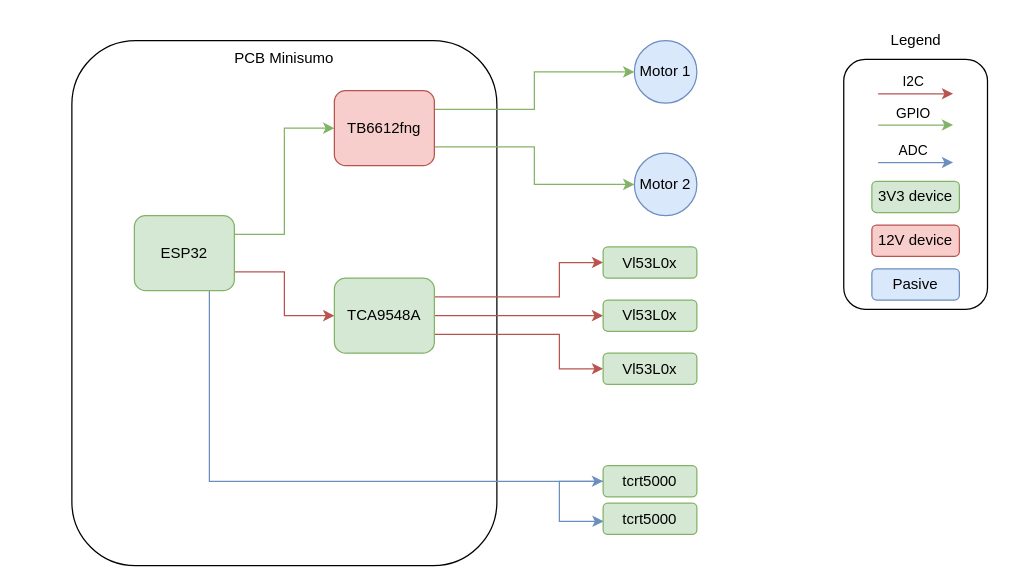
This is Imagenes/Esquema_HW.drawio from LaboratorioGluon/MiniSumoDeNaranja, a draw.io file, before an edit. Source tidied: cells renumbered, new cells numbered last; positions are measured from the earlier drawing's top-left corner, leaving out a move shared by most shapes. Both pictures are drawn from the tidied source at 125%, with x=0, y=0 at pixel (71, 21).
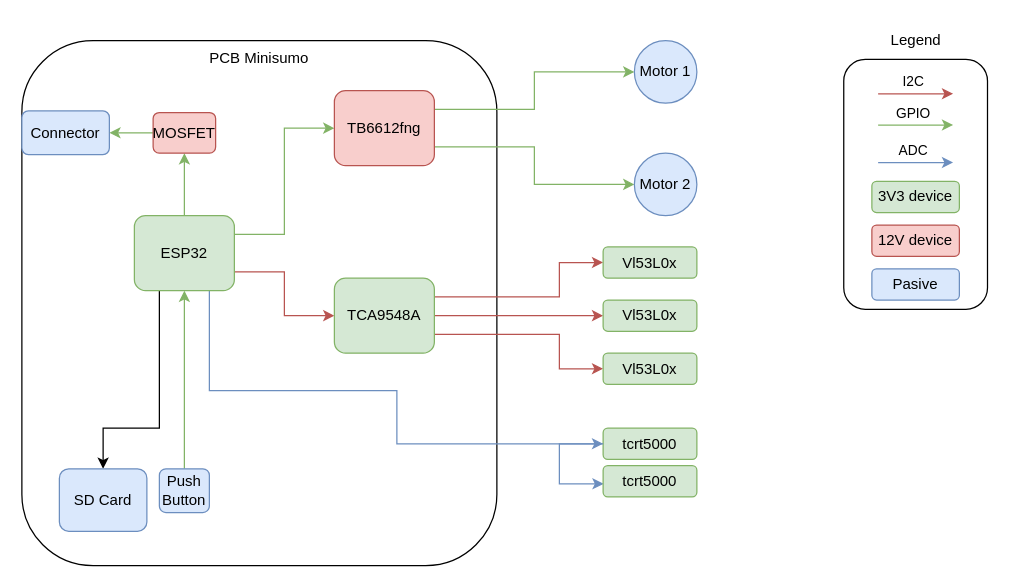
After the change.

The change refers to these unchanged cells:
```xml
<mxCell id="7" value="ESP32" style="rounded=1;whiteSpace=wrap;html=1;fillColor=#d5e8d4;strokeColor=#82b366;" parent="1" vertex="1">
  <mxGeometry x="50" y="155" width="80" height="60" as="geometry" />
</mxCell>
```

Diff of the diagram source:
```diff
@@
     <mxCell id="3" value="PCB Minisumo" style="rounded=1;whiteSpace=wrap;html=1;align=center;verticalAlign=top;" parent="1" vertex="1">
-      <mxGeometry y="15" width="340" height="420" as="geometry" />
+      <mxGeometry x="-40" y="15" width="380" height="420" as="geometry" />
     </mxCell>
@@
     <mxCell id="6" style="edgeStyle=orthogonalEdgeStyle;rounded=0;jettySize=auto;html=1;exitX=0.75;exitY=1;exitDx=0;exitDy=0;entryX=0;entryY=0.5;entryDx=0;entryDy=0;fillColor=#dae8fc;strokeColor=#6c8ebf;" parent="1" edge="1" source="7" target="30">
-      <mxGeometry relative="1" as="geometry" />
+      <mxGeometry relative="1" as="geometry">
+        <Array as="points">
+          <mxPoint x="110" y="295" />
+          <mxPoint x="260" y="295" />
+          <mxPoint x="260" y="338" />
+        </Array>
+      </mxGeometry>
     </mxCell>
+    <mxCell id="33" style="edgeStyle=orthogonalEdgeStyle;rounded=0;jettySize=auto;html=1;exitX=0.25;exitY=1;exitDx=0;exitDy=0;entryX=0.5;entryY=0;entryDx=0;entryDy=0;" parent="1" edge="1" source="7" target="37">
+      <mxGeometry relative="1" as="geometry">
+        <Array as="points">
+          <mxPoint x="70" y="325" />
+          <mxPoint x="25" y="325" />
+        </Array>
+      </mxGeometry>
+    </mxCell>
+    <mxCell id="34" style="edgeStyle=orthogonalEdgeStyle;rounded=0;jettySize=auto;html=1;exitX=0.5;exitY=0;exitDx=0;exitDy=0;entryX=0.5;entryY=1;entryDx=0;entryDy=0;fillColor=#d5e8d4;strokeColor=#82b366;" parent="1" edge="1" source="7" target="40">
+      <mxGeometry relative="1" as="geometry" />
+    </mxCell>
@@
     <mxCell id="30" value="tcrt5000" style="rounded=1;whiteSpace=wrap;html=1;fillColor=#d5e8d4;strokeColor=#82b366;" parent="1" vertex="1">
-      <mxGeometry x="425" y="355" width="75" height="25" as="geometry" />
+      <mxGeometry x="425" y="325" width="75" height="25" as="geometry" />
     </mxCell>
     <mxCell id="31" style="edgeStyle=orthogonalEdgeStyle;rounded=0;jettySize=auto;html=1;exitX=0;exitY=0.5;exitDx=0;exitDy=0;entryX=0.005;entryY=0.583;entryDx=0;entryDy=0;entryPerimeter=0;fillColor=#dae8fc;strokeColor=#6c8ebf;" parent="1" edge="1" source="30" target="32">
       <mxGeometry relative="1" as="geometry">
         <Array as="points">
-          <mxPoint x="390" y="368" />
-          <mxPoint x="390" y="399" />
-          <mxPoint x="425" y="399" />
+          <mxPoint x="390" y="338" />
+          <mxPoint x="390" y="369" />
+          <mxPoint x="425" y="369" />
         </Array>
       </mxGeometry>
     </mxCell>
     <mxCell id="32" value="tcrt5000" style="rounded=1;whiteSpace=wrap;html=1;fillColor=#d5e8d4;strokeColor=#82b366;" parent="1" vertex="1">
-      <mxGeometry x="425" y="385" width="75" height="25" as="geometry" />
+      <mxGeometry x="425" y="355" width="75" height="25" as="geometry" />
     </mxCell>
+    <mxCell id="35" style="edgeStyle=orthogonalEdgeStyle;rounded=0;jettySize=auto;html=1;exitX=0.5;exitY=0;exitDx=0;exitDy=0;entryX=0.5;entryY=1;entryDx=0;entryDy=0;fillColor=#d5e8d4;strokeColor=#82b366;" parent="1" edge="1" source="36" target="7">
+      <mxGeometry relative="1" as="geometry" />
+    </mxCell>
+    <mxCell id="36" value="Push&lt;br&gt;Button" style="rounded=1;whiteSpace=wrap;html=1;fillColor=#dae8fc;strokeColor=#6c8ebf;" parent="1" vertex="1">
+      <mxGeometry x="70" y="357.5" width="40" height="35" as="geometry" />
+    </mxCell>
+    <mxCell id="37" value="SD Card" style="rounded=1;whiteSpace=wrap;html=1;fillColor=#dae8fc;strokeColor=#6c8ebf;" parent="1" vertex="1">
+      <mxGeometry x="-10" y="357.5" width="70" height="50" as="geometry" />
+    </mxCell>
+    <mxCell id="38" value="Connector" style="rounded=1;whiteSpace=wrap;html=1;fillColor=#dae8fc;strokeColor=#6c8ebf;" parent="1" vertex="1">
+      <mxGeometry x="-40" y="71.2" width="70" height="35" as="geometry" />
+    </mxCell>
+    <mxCell id="39" style="edgeStyle=orthogonalEdgeStyle;rounded=0;jettySize=auto;html=1;fillColor=#d5e8d4;strokeColor=#82b366;" parent="1" edge="1" source="40" target="38">
+      <mxGeometry relative="1" as="geometry" />
+    </mxCell>
+    <mxCell id="40" value="MOSFET" style="rounded=1;whiteSpace=wrap;html=1;fillColor=#f8cecc;strokeColor=#b85450;" parent="1" vertex="1">
+      <mxGeometry x="65" y="72.5" width="50" height="32.5" as="geometry" />
+    </mxCell>
```
